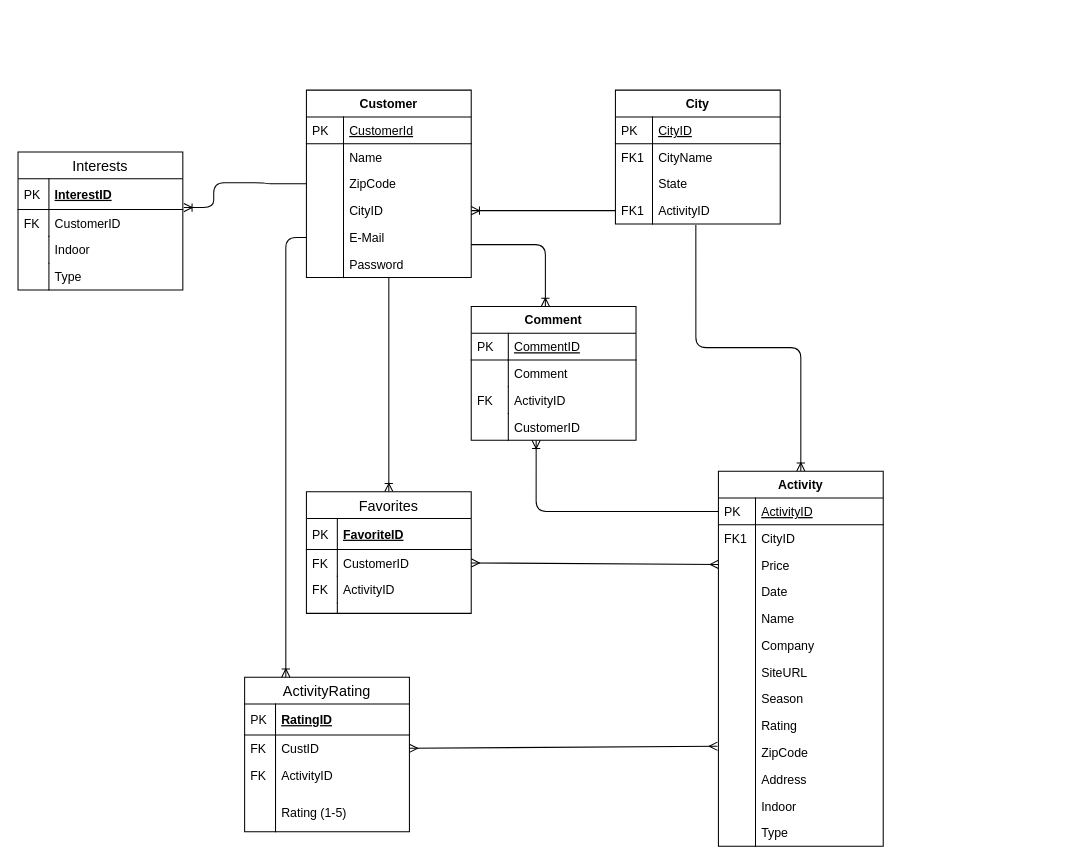
Before: ERD (1).drawio in BenJasso/GroupCapstone, a draw.io diagram. Source tidied: cells renumbered, new cells numbered last; positions are measured from the earlier drawing's top-left corner, leaving out a move shared by most shapes. Both pictures are drawn from the tidied source at 103%, with x=0, y=0 at pixel (18, 90).
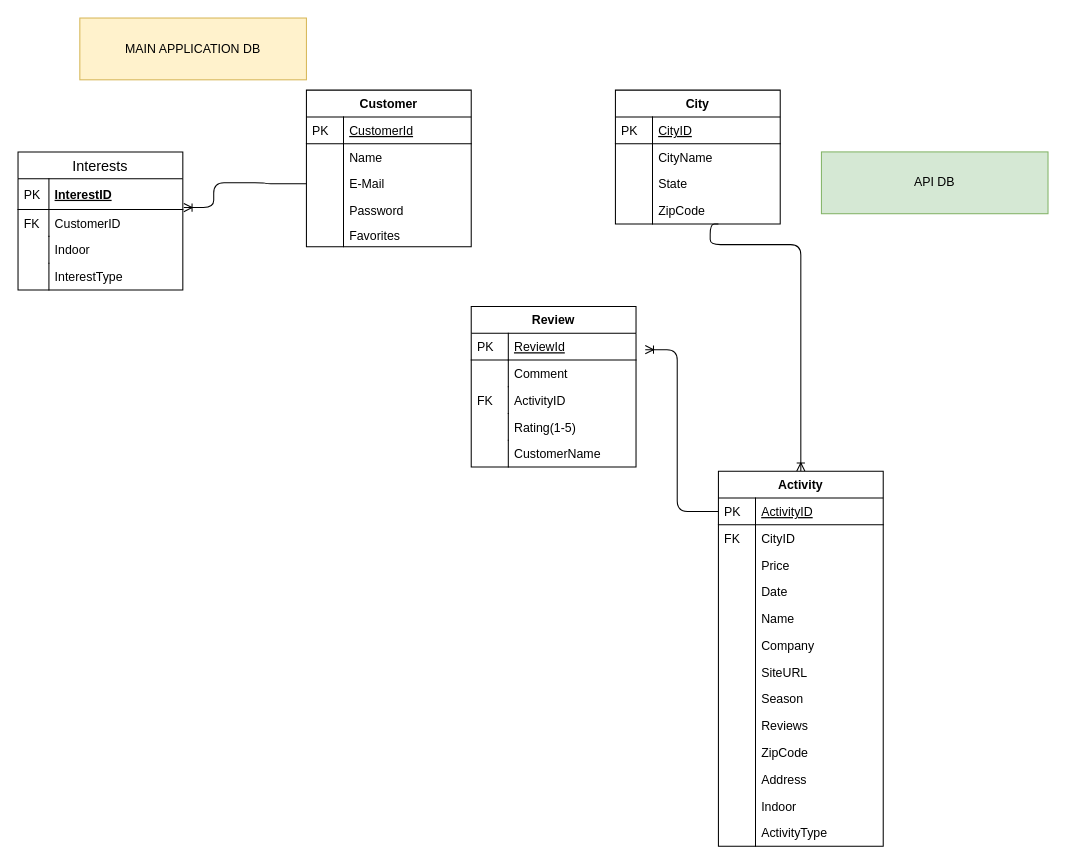
After the change.

Unchanged cells that the change refers to:
```xml
<mxCell id="2" value="City" style="swimlane;fontStyle=1;horizontal=1;startSize=26;rounded=0;shadow=0;strokeWidth=1;" parent="1" vertex="1">
  <mxGeometry x="580" width="160" height="130" as="geometry" />
</mxCell>
<mxCell id="5" value="CityName" style="shape=partialRectangle;top=0;left=0;right=0;bottom=0;align=left;verticalAlign=top;fillColor=none;spacingLeft=40;spacingRight=4;overflow=hidden;rounded=0;shadow=0;strokeWidth=1;" parent="2" vertex="1">
  <mxGeometry y="52" width="160" height="26" as="geometry" />
</mxCell>
<mxCell id="39" value="Activity" style="swimlane;fontStyle=1;horizontal=1;startSize=26;rounded=0;shadow=0;strokeWidth=1;" parent="1" vertex="1">
  <mxGeometry x="680" y="370" width="160" height="364" as="geometry" />
</mxCell>
<mxCell id="40" value="ActivityID" style="shape=partialRectangle;top=0;left=0;right=0;bottom=1;align=left;verticalAlign=top;fillColor=none;spacingLeft=40;spacingRight=4;overflow=hidden;points=[[0,0.5],[1,0.5]];portConstraint=eastwest;rounded=0;shadow=0;strokeWidth=1;fontStyle=4;" parent="39" vertex="1">
  <mxGeometry y="26" width="160" height="26" as="geometry" />
</mxCell>
<mxCell id="42" value="CityID" style="shape=partialRectangle;top=0;left=0;right=0;bottom=0;align=left;verticalAlign=top;fillColor=none;spacingLeft=40;spacingRight=4;overflow=hidden;rounded=0;shadow=0;strokeWidth=1;" parent="39" vertex="1">
  <mxGeometry y="52" width="160" height="26" as="geometry" />
</mxCell>
<mxCell id="44" value="Price" style="shape=partialRectangle;top=0;left=0;right=0;bottom=0;align=left;verticalAlign=top;fillColor=none;spacingLeft=40;spacingRight=4;overflow=hidden;points=[[0,0.5],[1,0.5]];portConstraint=eastwest;rounded=0;shadow=0;strokeWidth=1;" parent="39" vertex="1">
  <mxGeometry y="78" width="160" height="26" as="geometry" />
</mxCell>
<mxCell id="58" value="ZipCode" style="shape=partialRectangle;top=0;left=0;right=0;bottom=0;align=left;verticalAlign=top;fillColor=none;spacingLeft=40;spacingRight=4;overflow=hidden;points=[[0,0.5],[1,0.5]];portConstraint=eastwest;rounded=0;shadow=0;strokeWidth=1;" parent="39" vertex="1">
  <mxGeometry y="260" width="160" height="26" as="geometry" />
</mxCell>
<mxCell id="89" value="Interests" style="swimlane;fontStyle=0;horizontal=1;startSize=26;align=center;fontSize=14;" parent="1" vertex="1">
  <mxGeometry y="60" width="160" height="134" as="geometry" />
</mxCell>
<mxCell id="92" value="CustomerID" style="shape=partialRectangle;top=0;left=0;right=0;bottom=0;align=left;verticalAlign=top;fillColor=none;spacingLeft=34;spacingRight=4;overflow=hidden;points=[[0,0.5],[1,0.5]];portConstraint=eastwest;fontSize=12;" parent="89" vertex="1">
  <mxGeometry y="56" width="160" height="26" as="geometry" />
</mxCell>
```

The edit, as a diff of the source:
```diff
@@
-    <mxCell id="6" value="FK1" style="shape=partialRectangle;top=0;left=0;bottom=0;fillColor=none;align=left;verticalAlign=top;spacingLeft=4;spacingRight=4;overflow=hidden;" parent="5" vertex="1">
+    <mxCell id="6" style="shape=partialRectangle;top=0;left=0;bottom=0;fillColor=none;align=left;verticalAlign=top;spacingLeft=4;spacingRight=4;overflow=hidden;" parent="5" vertex="1">
       <mxGeometry width="36" height="26" as="geometry" />
     </mxCell>
@@
-    <mxCell id="9" value="ActivityID" style="shape=partialRectangle;top=0;left=0;right=0;bottom=0;align=left;verticalAlign=top;fillColor=none;spacingLeft=40;spacingRight=4;overflow=hidden;points=[[0,0.5],[1,0.5]];portConstraint=eastwest;rounded=0;shadow=0;strokeWidth=1;" parent="2" vertex="1">
-      <mxGeometry y="104" width="160" height="26" as="geometry" />
-    </mxCell>
-    <mxCell id="10" value="FK1" style="shape=partialRectangle;top=0;left=0;bottom=0;fillColor=none;align=left;verticalAlign=top;spacingLeft=4;spacingRight=4;overflow=hidden;" parent="9" vertex="1">
-      <mxGeometry width="36" height="26" as="geometry" />
-    </mxCell>
+    <mxCell id="16" value="ZipCode" style="shape=partialRectangle;top=0;left=0;right=0;bottom=0;align=left;verticalAlign=top;fillColor=none;spacingLeft=40;spacingRight=4;overflow=hidden;points=[[0,0.5],[1,0.5]];portConstraint=eastwest;rounded=0;shadow=0;strokeWidth=1;" parent="2" vertex="1">
+      <mxGeometry y="104" width="160" height="26" as="geometry" />
+    </mxCell>
+    <mxCell id="98" style="shape=partialRectangle;top=0;left=0;bottom=0;fillColor=none;align=left;verticalAlign=top;spacingLeft=4;spacingRight=4;overflow=hidden;" parent="16" vertex="1">
+      <mxGeometry width="36" height="26" as="geometry" />
+    </mxCell>
     <mxCell id="11" value="Customer" style="swimlane;fontStyle=1;horizontal=1;startSize=26;rounded=0;shadow=0;strokeWidth=1;" parent="1" vertex="1">
-      <mxGeometry x="280" width="160" height="182" as="geometry" />
+      <mxGeometry x="280" width="160" height="152" as="geometry" />
     </mxCell>
@@
-    <mxCell id="16" value="ZipCode" style="shape=partialRectangle;top=0;left=0;right=0;bottom=0;align=left;verticalAlign=top;fillColor=none;spacingLeft=40;spacingRight=4;overflow=hidden;points=[[0,0.5],[1,0.5]];portConstraint=eastwest;rounded=0;shadow=0;strokeWidth=1;" parent="11" vertex="1">
-      <mxGeometry y="78" width="160" height="26" as="geometry" />
-    </mxCell>
-    <mxCell id="17" style="shape=partialRectangle;top=0;left=0;bottom=0;fillColor=none;align=left;verticalAlign=top;spacingLeft=4;spacingRight=4;overflow=hidden;" parent="16" vertex="1">
-      <mxGeometry width="36" height="26" as="geometry" />
-    </mxCell>
-    <mxCell id="18" value="CityID" style="shape=partialRectangle;top=0;left=0;right=0;bottom=0;align=left;verticalAlign=top;fillColor=none;spacingLeft=40;spacingRight=4;overflow=hidden;points=[[0,0.5],[1,0.5]];portConstraint=eastwest;rounded=0;shadow=0;strokeWidth=1;" parent="11" vertex="1">
-      <mxGeometry y="104" width="160" height="26" as="geometry" />
-    </mxCell>
-    <mxCell id="19" style="shape=partialRectangle;top=0;left=0;bottom=0;fillColor=none;align=left;verticalAlign=top;spacingLeft=4;spacingRight=4;overflow=hidden;" parent="18" vertex="1">
-      <mxGeometry width="36" height="26" as="geometry" />
-    </mxCell>
     <mxCell id="20" value="E-Mail" style="shape=partialRectangle;top=0;left=0;right=0;bottom=0;align=left;verticalAlign=top;fillColor=none;spacingLeft=40;spacingRight=4;overflow=hidden;points=[[0,0.5],[1,0.5]];portConstraint=eastwest;rounded=0;shadow=0;strokeWidth=1;" parent="11" vertex="1">
-      <mxGeometry y="130" width="160" height="26" as="geometry" />
+      <mxGeometry y="78" width="160" height="26" as="geometry" />
     </mxCell>
@@
     <mxCell id="22" value="Password" style="shape=partialRectangle;top=0;left=0;right=0;bottom=0;align=left;verticalAlign=top;fillColor=none;spacingLeft=40;spacingRight=4;overflow=hidden;points=[[0,0.5],[1,0.5]];portConstraint=eastwest;rounded=0;shadow=0;strokeWidth=1;" parent="11" vertex="1">
-      <mxGeometry y="156" width="160" height="26" as="geometry" />
+      <mxGeometry y="104" width="160" height="24" as="geometry" />
     </mxCell>
     <mxCell id="23" style="shape=partialRectangle;top=0;left=0;bottom=0;fillColor=none;align=left;verticalAlign=top;spacingLeft=4;spacingRight=4;overflow=hidden;" parent="22" vertex="1">
-      <mxGeometry width="36" height="26" as="geometry" />
+      <mxGeometry width="36" height="24" as="geometry" />
     </mxCell>
-    <mxCell id="24" style="fontSize=12;html=1;endArrow=ERoneToMany;entryX=1;entryY=0.5;entryDx=0;entryDy=0;exitX=0;exitY=0.5;exitDx=0;exitDy=0;" parent="1" edge="1" source="9" target="18">
-      <mxGeometry relative="1" as="geometry" />
-    </mxCell>
-    <mxCell id="25" style="fontSize=12;html=1;endArrow=ERmany;startArrow=ERmany;exitX=1;exitY=0.5;exitDx=0;exitDy=0;" parent="1" edge="1" source="69" target="44">
-      <mxGeometry relative="1" as="geometry" />
-    </mxCell>
-    <mxCell id="26" style="fontSize=12;html=1;endArrow=ERoneToMany;entryX=0.5;entryY=0;entryDx=0;entryDy=0;" parent="1" edge="1" source="22" target="66">
-      <mxGeometry relative="1" as="geometry" />
-    </mxCell>
+    <mxCell id="66" value="Favorites" style="shape=partialRectangle;top=0;left=0;right=0;bottom=0;align=left;verticalAlign=top;fillColor=none;spacingLeft=40;spacingRight=4;overflow=hidden;points=[[0,0.5],[1,0.5]];portConstraint=eastwest;rounded=0;shadow=0;strokeWidth=1;" parent="11" vertex="1">
+      <mxGeometry y="128" width="160" height="24" as="geometry" />
+    </mxCell>
+    <mxCell id="99" style="shape=partialRectangle;top=0;left=0;bottom=0;fillColor=none;align=left;verticalAlign=top;spacingLeft=4;spacingRight=4;overflow=hidden;" parent="66" vertex="1">
+      <mxGeometry width="36" height="24" as="geometry" />
+    </mxCell>
-    <mxCell id="27" style="fontSize=12;html=1;endArrow=ERoneToMany;entryX=0.5;entryY=0;entryDx=0;entryDy=0;edgeStyle=orthogonalEdgeStyle;exitX=0.488;exitY=1.038;exitDx=0;exitDy=0;exitPerimeter=0;" parent="1" edge="1" source="9" target="39">
-      <mxGeometry relative="1" as="geometry" />
+    <mxCell id="27" style="fontSize=12;html=1;endArrow=ERoneToMany;entryX=0.5;entryY=0;entryDx=0;entryDy=0;edgeStyle=orthogonalEdgeStyle;" parent="1" edge="1" target="39">
+      <mxGeometry relative="1" as="geometry">
+        <mxPoint x="680" y="130" as="sourcePoint" />
+        <Array as="points">
+          <mxPoint x="672" y="150" />
+          <mxPoint x="760" y="150" />
+        </Array>
+      </mxGeometry>
     </mxCell>
-    <mxCell id="28" style="fontSize=12;html=1;endArrow=ERoneToMany;entryX=0.394;entryY=1;entryDx=0;entryDy=0;edgeStyle=orthogonalEdgeStyle;entryPerimeter=0;exitX=0;exitY=0.5;exitDx=0;exitDy=0;" parent="1" edge="1" source="40" target="36">
+    <mxCell id="28" style="fontSize=12;html=1;endArrow=ERoneToMany;entryX=1.056;entryY=0.615;entryDx=0;entryDy=0;edgeStyle=orthogonalEdgeStyle;entryPerimeter=0;exitX=0;exitY=0.5;exitDx=0;exitDy=0;" parent="1" edge="1" source="40" target="30">
       <mxGeometry relative="1" as="geometry" />
     </mxCell>
-    <mxCell id="29" value="Comment" style="swimlane;fontStyle=1;horizontal=1;startSize=26;rounded=0;shadow=0;strokeWidth=1;" parent="1" vertex="1">
-      <mxGeometry x="440" y="210" width="160" height="130" as="geometry" />
+    <mxCell id="29" value="Review" style="swimlane;fontStyle=1;horizontal=1;startSize=26;rounded=0;shadow=0;strokeWidth=1;" parent="1" vertex="1">
+      <mxGeometry x="440" y="210" width="160" height="156" as="geometry" />
     </mxCell>
-    <mxCell id="30" value="CommentID" style="shape=partialRectangle;top=0;left=0;right=0;bottom=1;align=left;verticalAlign=top;fillColor=none;spacingLeft=40;spacingRight=4;overflow=hidden;points=[[0,0.5],[1,0.5]];portConstraint=eastwest;rounded=0;shadow=0;strokeWidth=1;fontStyle=4;" parent="29" vertex="1">
+    <mxCell id="30" value="ReviewId" style="shape=partialRectangle;top=0;left=0;right=0;bottom=1;align=left;verticalAlign=top;fillColor=none;spacingLeft=40;spacingRight=4;overflow=hidden;points=[[0,0.5],[1,0.5]];portConstraint=eastwest;rounded=0;shadow=0;strokeWidth=1;fontStyle=4;" parent="29" vertex="1">
       <mxGeometry y="26" width="160" height="26" as="geometry" />
     </mxCell>
@@
-    <mxCell id="36" value="CustomerID" style="shape=partialRectangle;top=0;left=0;right=0;bottom=0;align=left;verticalAlign=top;fillColor=none;spacingLeft=40;spacingRight=4;overflow=hidden;points=[[0,0.5],[1,0.5]];portConstraint=eastwest;rounded=0;shadow=0;strokeWidth=1;" parent="29" vertex="1">
-      <mxGeometry y="104" width="160" height="26" as="geometry" />
-    </mxCell>
-    <mxCell id="37" style="shape=partialRectangle;top=0;left=0;bottom=0;fillColor=none;align=left;verticalAlign=top;spacingLeft=4;spacingRight=4;overflow=hidden;" parent="36" vertex="1">
-      <mxGeometry width="36" height="26" as="geometry" />
-    </mxCell>
-    <mxCell id="38" style="edgeStyle=orthogonalEdgeStyle;fontSize=12;html=1;endArrow=ERoneToMany;entryX=0.45;entryY=0;entryDx=0;entryDy=0;entryPerimeter=0;exitX=1;exitY=0.769;exitDx=0;exitDy=0;exitPerimeter=0;" parent="1" edge="1" source="20" target="29">
-      <mxGeometry relative="1" as="geometry" />
-    </mxCell>
+    <mxCell id="100" value="Rating(1-5)" style="shape=partialRectangle;top=0;left=0;right=0;bottom=0;align=left;verticalAlign=top;fillColor=none;spacingLeft=40;spacingRight=4;overflow=hidden;rounded=0;shadow=0;strokeWidth=1;" parent="29" vertex="1">
+      <mxGeometry y="104" width="160" height="26" as="geometry" />
+    </mxCell>
+    <mxCell id="101" style="shape=partialRectangle;top=0;left=0;bottom=0;fillColor=none;align=left;verticalAlign=top;spacingLeft=4;spacingRight=4;overflow=hidden;" parent="100" vertex="1">
+      <mxGeometry width="36" height="26" as="geometry" />
+    </mxCell>
+    <mxCell id="102" value="CustomerName" style="shape=partialRectangle;top=0;left=0;right=0;bottom=0;align=left;verticalAlign=top;fillColor=none;spacingLeft=40;spacingRight=4;overflow=hidden;rounded=0;shadow=0;strokeWidth=1;" parent="29" vertex="1">
+      <mxGeometry y="130" width="160" height="26" as="geometry" />
+    </mxCell>
+    <mxCell id="103" style="shape=partialRectangle;top=0;left=0;bottom=0;fillColor=none;align=left;verticalAlign=top;spacingLeft=4;spacingRight=4;overflow=hidden;" parent="102" vertex="1">
+      <mxGeometry width="36" height="26" as="geometry" />
+    </mxCell>
@@
-    <mxCell id="43" value="FK1" style="shape=partialRectangle;top=0;left=0;bottom=0;fillColor=none;align=left;verticalAlign=top;spacingLeft=4;spacingRight=4;overflow=hidden;" parent="42" vertex="1">
+    <mxCell id="43" value="FK" style="shape=partialRectangle;top=0;left=0;bottom=0;fillColor=none;align=left;verticalAlign=top;spacingLeft=4;spacingRight=4;overflow=hidden;" parent="42" vertex="1">
       <mxGeometry width="36" height="26" as="geometry" />
     </mxCell>
@@
-    <mxCell id="56" value="Rating" style="shape=partialRectangle;top=0;left=0;right=0;bottom=0;align=left;verticalAlign=top;fillColor=none;spacingLeft=40;spacingRight=4;overflow=hidden;rounded=0;shadow=0;strokeWidth=1;" parent="39" vertex="1">
+    <mxCell id="56" value="Reviews" style="shape=partialRectangle;top=0;left=0;right=0;bottom=0;align=left;verticalAlign=top;fillColor=none;spacingLeft=40;spacingRight=4;overflow=hidden;rounded=0;shadow=0;strokeWidth=1;" parent="39" vertex="1">
       <mxGeometry y="234" width="160" height="26" as="geometry" />
     </mxCell>
@@
-    <mxCell id="64" value="Type" style="shape=partialRectangle;top=0;left=0;right=0;bottom=0;align=left;verticalAlign=top;fillColor=none;spacingLeft=40;spacingRight=4;overflow=hidden;rounded=0;shadow=0;strokeWidth=1;" parent="39" vertex="1">
+    <mxCell id="64" value="ActivityType" style="shape=partialRectangle;top=0;left=0;right=0;bottom=0;align=left;verticalAlign=top;fillColor=none;spacingLeft=40;spacingRight=4;overflow=hidden;rounded=0;shadow=0;strokeWidth=1;" parent="39" vertex="1">
       <mxGeometry y="338" width="160" height="26" as="geometry" />
     </mxCell>
@@
-    <mxCell id="66" value="Favorites" style="swimlane;fontStyle=0;horizontal=1;startSize=26;align=center;fontSize=14;" parent="1" vertex="1">
-      <mxGeometry x="280" y="390" width="160" height="118" as="geometry" />
-    </mxCell>
-    <mxCell id="67" value="FavoriteID" style="shape=partialRectangle;top=0;left=0;right=0;bottom=1;align=left;verticalAlign=middle;fillColor=none;spacingLeft=34;spacingRight=4;overflow=hidden;fontStyle=5;fontSize=12;" parent="66" vertex="1">
-      <mxGeometry y="26" width="160" height="30" as="geometry" />
-    </mxCell>
-    <mxCell id="68" value="PK" style="shape=partialRectangle;top=0;left=0;bottom=0;fillColor=none;align=left;verticalAlign=middle;spacingLeft=4;spacingRight=4;overflow=hidden;fontSize=12;" parent="67" vertex="1">
-      <mxGeometry width="30" height="30" as="geometry" />
-    </mxCell>
-    <mxCell id="69" value="CustomerID" style="shape=partialRectangle;top=0;left=0;right=0;bottom=0;align=left;verticalAlign=top;fillColor=none;spacingLeft=34;spacingRight=4;overflow=hidden;points=[[0,0.5],[1,0.5]];portConstraint=eastwest;fontSize=12;" parent="66" vertex="1">
-      <mxGeometry y="56" width="160" height="26" as="geometry" />
-    </mxCell>
-    <mxCell id="70" value="FK" style="shape=partialRectangle;top=0;left=0;bottom=0;fillColor=none;align=left;verticalAlign=top;spacingLeft=4;spacingRight=4;overflow=hidden;fontSize=12;" parent="69" vertex="1">
-      <mxGeometry width="30" height="26" as="geometry" />
-    </mxCell>
-    <mxCell id="71" value="ActivityID" style="shape=partialRectangle;top=0;left=0;right=0;bottom=0;align=left;verticalAlign=top;fillColor=none;spacingLeft=34;spacingRight=4;overflow=hidden;fontSize=12;" parent="66" vertex="1">
-      <mxGeometry y="82" width="160" height="26" as="geometry" />
-    </mxCell>
-    <mxCell id="72" value="FK" style="shape=partialRectangle;top=0;left=0;bottom=0;fillColor=none;align=left;verticalAlign=top;spacingLeft=4;spacingRight=4;overflow=hidden;fontSize=12;" parent="71" vertex="1">
-      <mxGeometry width="30" height="26" as="geometry" />
-    </mxCell>
-    <mxCell id="73" style="shape=partialRectangle;top=0;left=0;right=0;bottom=0;align=left;verticalAlign=top;fillColor=none;spacingLeft=34;spacingRight=4;overflow=hidden;fontSize=12;" parent="66" vertex="1">
-      <mxGeometry y="108" width="160" height="10" as="geometry" />
-    </mxCell>
-    <mxCell id="74" style="shape=partialRectangle;top=0;left=0;bottom=0;fillColor=none;align=left;verticalAlign=top;spacingLeft=4;spacingRight=4;overflow=hidden;fontSize=12;" parent="73" vertex="1">
-      <mxGeometry width="30" height="10" as="geometry" />
-    </mxCell>
-    <mxCell id="75" value="ActivityRating" style="swimlane;fontStyle=0;horizontal=1;startSize=26;align=center;fontSize=14;" parent="1" vertex="1">
-      <mxGeometry x="220" y="570" width="160" height="150" as="geometry" />
-    </mxCell>
-    <mxCell id="76" value="RatingID" style="shape=partialRectangle;top=0;left=0;right=0;bottom=1;align=left;verticalAlign=middle;fillColor=none;spacingLeft=34;spacingRight=4;overflow=hidden;fontStyle=5;fontSize=12;" parent="75" vertex="1">
-      <mxGeometry y="26" width="160" height="30" as="geometry" />
-    </mxCell>
-    <mxCell id="77" value="PK" style="shape=partialRectangle;top=0;left=0;bottom=0;fillColor=none;align=left;verticalAlign=middle;spacingLeft=4;spacingRight=4;overflow=hidden;fontSize=12;" parent="76" vertex="1">
-      <mxGeometry width="30" height="30" as="geometry" />
-    </mxCell>
-    <mxCell id="78" value="CustID&#10;" style="shape=partialRectangle;top=0;left=0;right=0;bottom=0;align=left;verticalAlign=top;fillColor=none;spacingLeft=34;spacingRight=4;overflow=hidden;points=[[0,0.5],[1,0.5]];portConstraint=eastwest;fontSize=12;" parent="75" vertex="1">
-      <mxGeometry y="56" width="160" height="26" as="geometry" />
-    </mxCell>
-    <mxCell id="79" value="FK" style="shape=partialRectangle;top=0;left=0;bottom=0;fillColor=none;align=left;verticalAlign=top;spacingLeft=4;spacingRight=4;overflow=hidden;fontSize=12;" parent="78" vertex="1">
-      <mxGeometry width="30" height="26" as="geometry" />
-    </mxCell>
-    <mxCell id="80" value="ActivityID" style="shape=partialRectangle;top=0;left=0;right=0;bottom=0;align=left;verticalAlign=top;fillColor=none;spacingLeft=34;spacingRight=4;overflow=hidden;fontSize=12;" parent="75" vertex="1">
-      <mxGeometry y="82" width="160" height="26" as="geometry" />
-    </mxCell>
-    <mxCell id="81" value="FK" style="shape=partialRectangle;top=0;left=0;bottom=0;fillColor=none;align=left;verticalAlign=top;spacingLeft=4;spacingRight=4;overflow=hidden;fontSize=12;" parent="80" vertex="1">
-      <mxGeometry width="30" height="26" as="geometry" />
-    </mxCell>
-    <mxCell id="82" style="shape=partialRectangle;top=0;left=0;right=0;bottom=0;align=left;verticalAlign=top;fillColor=none;spacingLeft=34;spacingRight=4;overflow=hidden;fontSize=12;" parent="75" vertex="1">
-      <mxGeometry y="108" width="160" height="10" as="geometry" />
-    </mxCell>
-    <mxCell id="83" style="shape=partialRectangle;top=0;left=0;bottom=0;fillColor=none;align=left;verticalAlign=top;spacingLeft=4;spacingRight=4;overflow=hidden;fontSize=12;" parent="82" vertex="1">
-      <mxGeometry width="30" height="10" as="geometry" />
-    </mxCell>
-    <mxCell id="84" value="Rating (1-5)" style="shape=partialRectangle;top=0;left=0;right=0;bottom=0;align=left;verticalAlign=top;fillColor=none;spacingLeft=34;spacingRight=4;overflow=hidden;fontSize=12;" parent="75" vertex="1">
-      <mxGeometry y="118" width="160" height="32" as="geometry" />
-    </mxCell>
-    <mxCell id="85" style="shape=partialRectangle;top=0;left=0;bottom=0;fillColor=none;align=left;verticalAlign=top;spacingLeft=4;spacingRight=4;overflow=hidden;fontSize=12;" parent="84" vertex="1">
-      <mxGeometry width="30" height="32" as="geometry" />
-    </mxCell>
-    <mxCell id="86" style="fontSize=12;html=1;endArrow=ERmany;startArrow=ERmany;exitX=1;exitY=0.5;exitDx=0;exitDy=0;entryX=-0.006;entryY=0.269;entryDx=0;entryDy=0;entryPerimeter=0;" parent="1" edge="1" source="78" target="58">
-      <mxGeometry relative="1" as="geometry" />
-    </mxCell>
-    <mxCell id="87" style="fontSize=12;html=1;endArrow=ERoneToMany;entryX=0.25;entryY=0;entryDx=0;entryDy=0;edgeStyle=orthogonalEdgeStyle;" parent="1" edge="1" source="20" target="75">
-      <mxGeometry relative="1" as="geometry" />
-    </mxCell>
-    <mxCell id="88" style="edgeStyle=orthogonalEdgeStyle;fontSize=12;html=1;endArrow=ERoneToMany;exitX=0;exitY=0.5;exitDx=0;exitDy=0;entryX=1.006;entryY=-0.077;entryDx=0;entryDy=0;entryPerimeter=0;" parent="1" edge="1" source="16" target="92">
+    <mxCell id="88" style="edgeStyle=orthogonalEdgeStyle;fontSize=12;html=1;endArrow=ERoneToMany;exitX=0;exitY=0.5;exitDx=0;exitDy=0;entryX=1.006;entryY=-0.077;entryDx=0;entryDy=0;entryPerimeter=0;" parent="1" edge="1" target="92">
       <mxGeometry relative="1" as="geometry">
+        <mxPoint x="280" y="91" as="sourcePoint" />
         <Array as="points">
           <mxPoint x="240" y="91" />
           <mxPoint x="240" y="90" />
           <mxPoint x="190" y="90" />
           <mxPoint x="190" y="114" />
         </Array>
       </mxGeometry>
     </mxCell>
@@
-    <mxCell id="96" value="Type" style="shape=partialRectangle;top=0;left=0;right=0;bottom=0;align=left;verticalAlign=top;fillColor=none;spacingLeft=34;spacingRight=4;overflow=hidden;fontSize=12;" parent="89" vertex="1">
+    <mxCell id="96" value="InterestType" style="shape=partialRectangle;top=0;left=0;right=0;bottom=0;align=left;verticalAlign=top;fillColor=none;spacingLeft=34;spacingRight=4;overflow=hidden;fontSize=12;" parent="89" vertex="1">
       <mxGeometry y="108" width="160" height="26" as="geometry" />
     </mxCell>
@@
+    <mxCell id="104" value="MAIN APPLICATION DB" style="rounded=0;whiteSpace=wrap;html=1;fillColor=#fff2cc;strokeColor=#d6b656;" parent="1" vertex="1">
+      <mxGeometry x="60" y="-70" width="220" height="60" as="geometry" />
+    </mxCell>
+    <mxCell id="105" value="API DB" style="rounded=0;whiteSpace=wrap;html=1;fillColor=#d5e8d4;strokeColor=#82b366;" parent="1" vertex="1">
+      <mxGeometry x="780" y="60" width="220" height="60" as="geometry" />
+    </mxCell>
```
